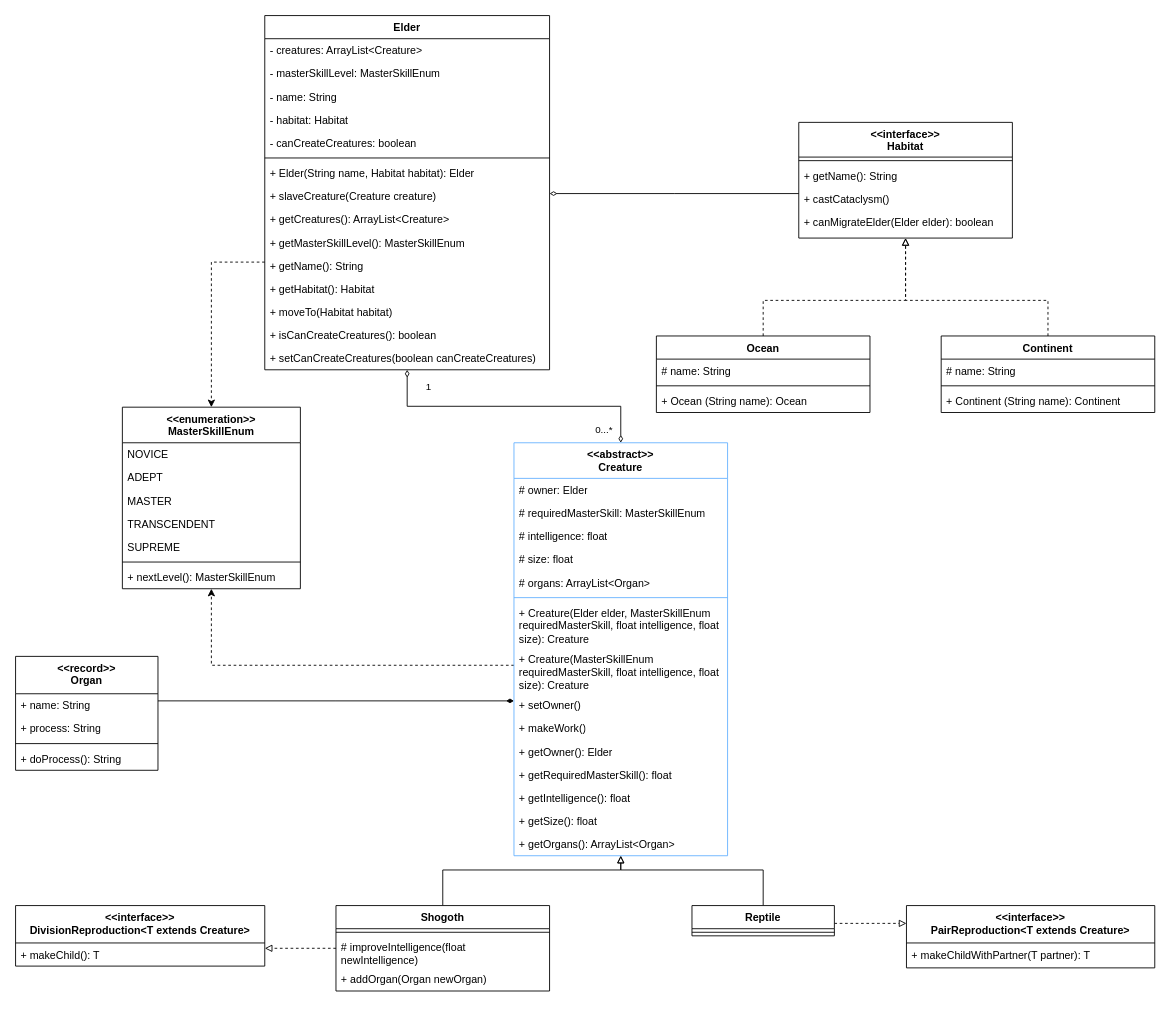
Above: Class diagram.drawio in AskarKasimov/programming-lab-3 (draw.io), before the change. Source tidied: cells renumbered, new cells numbered last; positions are measured from the earlier drawing's top-left corner, leaving out a move shared by most shapes. Both pictures are drawn from the tidied source at 89%, with x=0, y=0 at pixel (15, 15).
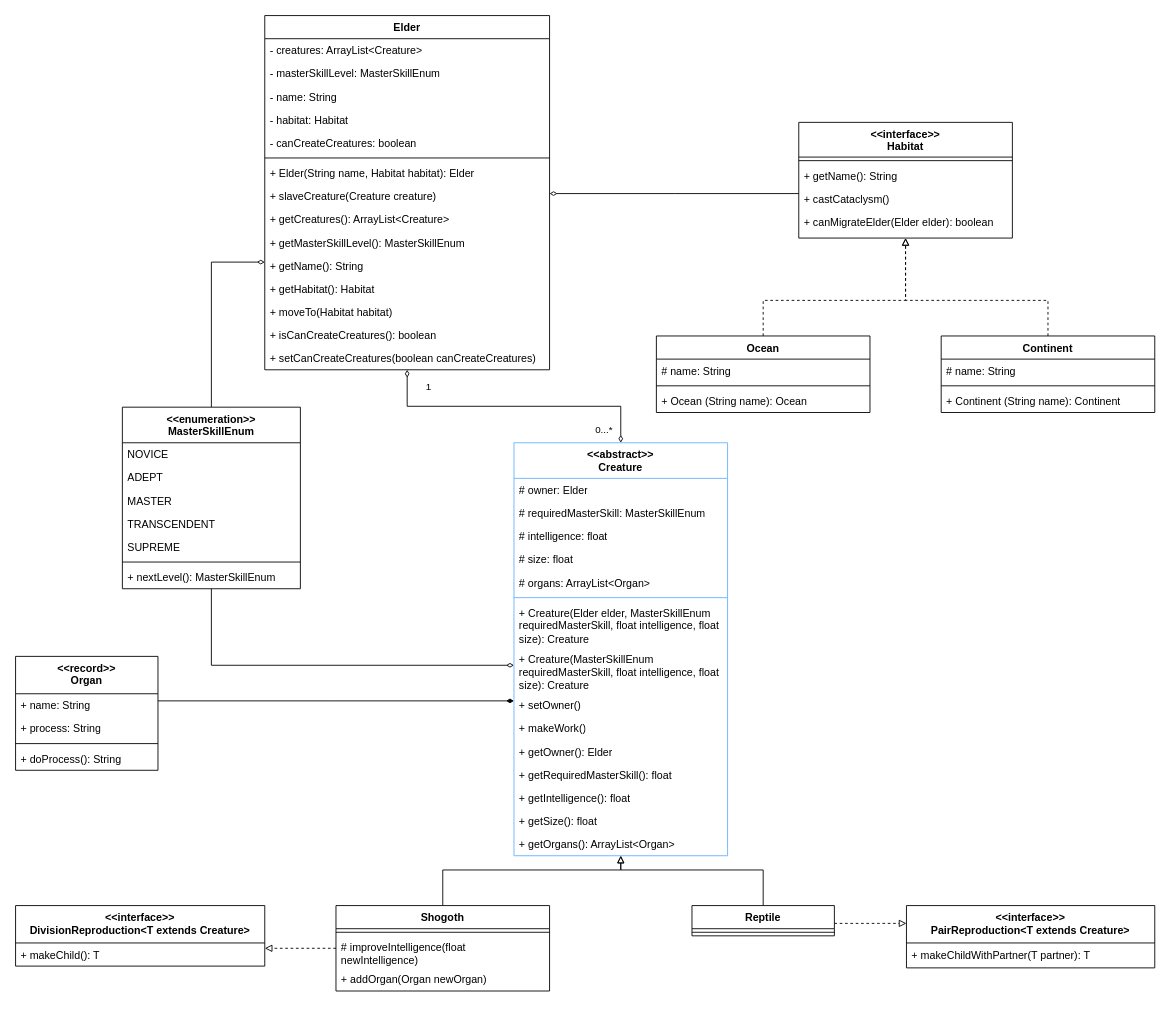
The same page after the edit.

Unchanged cells that the change refers to:
```xml
<mxCell id="6" value="Elder" style="swimlane;fontStyle=1;align=center;verticalAlign=top;horizontal=1;startSize=26;whiteSpace=wrap;html=1;" parent="1" vertex="1">
  <mxGeometry x="280" width="320" height="398" as="geometry" />
</mxCell>
<mxCell id="43" value="&lt;div&gt;&lt;span style=&quot;white-space-collapse: preserve;&quot; class=&quot;EzKURWReUAB5oZgtQNkl&quot;&gt;&amp;lt;&amp;lt;abstract&amp;gt;&amp;gt;&lt;/span&gt;&lt;/div&gt;&lt;span style=&quot;white-space-collapse: preserve;&quot; class=&quot;EzKURWReUAB5oZgtQNkl&quot;&gt;Creature&lt;/span&gt;" style="swimlane;fontStyle=1;align=center;verticalAlign=top;horizontal=1;startSize=40;whiteSpace=wrap;html=1;strokeColor=#66B2FF;" parent="1" vertex="1">
  <mxGeometry x="560" y="480" width="240" height="464" as="geometry" />
</mxCell>
<mxCell id="69" value="&amp;lt;&amp;lt;enumeration&amp;gt;&amp;gt;&lt;div&gt;MasterSkillEnum&lt;/div&gt;" style="swimlane;fontStyle=1;align=center;verticalAlign=top;horizontal=1;startSize=40;whiteSpace=wrap;html=1;" parent="1" vertex="1">
  <mxGeometry x="120" y="440" width="200" height="204" as="geometry" />
</mxCell>
```

The edit, as a diff of the source:
```diff
@@
-    <mxCell id="3" style="edgeStyle=orthogonalEdgeStyle;rounded=0;jettySize=auto;html=1;dashed=1;" parent="1" edge="1" source="6" target="69">
+    <mxCell id="3" style="edgeStyle=orthogonalEdgeStyle;rounded=0;jettySize=auto;html=1;endArrow=none;endFill=0;startArrow=diamondThin;startFill=0;" parent="1" edge="1" source="6" target="69">
       <mxGeometry relative="1" as="geometry">
         <Array as="points">
           <mxPoint x="220" y="277" />
         </Array>
       </mxGeometry>
     </mxCell>
@@
-    <mxCell id="42" style="edgeStyle=orthogonalEdgeStyle;rounded=0;jettySize=auto;html=1;dashed=1;" parent="1" edge="1" source="43" target="69">
+    <mxCell id="42" style="edgeStyle=orthogonalEdgeStyle;rounded=0;jettySize=auto;html=1;startArrow=diamondThin;startFill=0;endArrow=none;endFill=0;" parent="1" edge="1" source="43" target="69">
       <mxGeometry relative="1" as="geometry">
         <Array as="points">
           <mxPoint x="220" y="730" />
         </Array>
       </mxGeometry>
     </mxCell>
```
